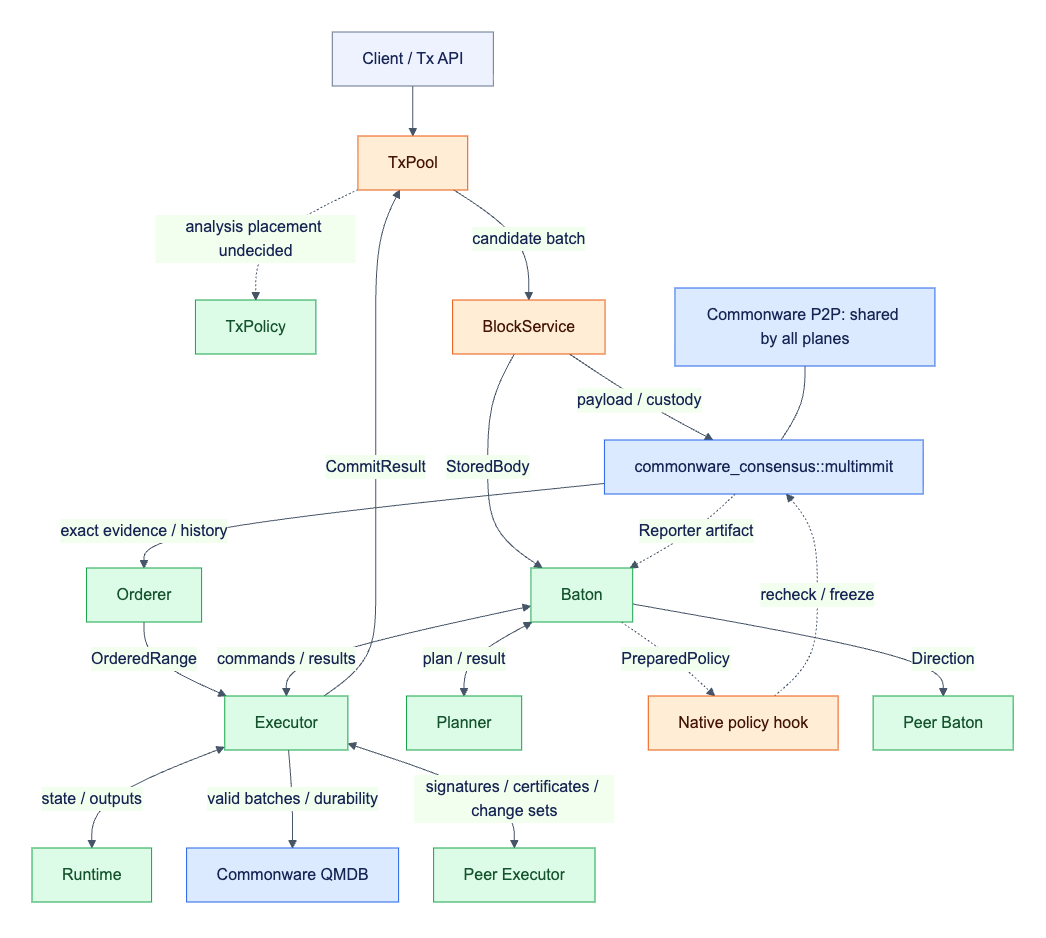
Above: docs/assets/diagrams/diagram-01.png in djm07073/baton-research (Mermaid), before the change. Its source is kept beside it as docs/assets/diagrams/diagram-01.mmd. Its diagram source:
```mermaid
flowchart TB
    C[Client / Tx API] --> T[TxPool]
    T -. analysis placement undecided .-> X[TxPolicy]
    T -->|candidate batch| B[BlockService]
    B -->|payload / custody| N[commonware_consensus::multimmit]
    N -->|exact evidence / history| M[Orderer]
    B -->|StoredBody| O[Baton]
    N -. Reporter artifact .-> O
    M -->|OrderedRange| E
    O <-->|plan / result| P[Planner]
    O -. PreparedPolicy .-> H[Native policy hook]
    H -. recheck / freeze .-> N
    O -->|Direction| PE[Peer Baton]
    O <-->|commands / results| E[Executor]
    E <-->|state / outputs| R[Runtime]
    E -->|valid batches / durability| S[Commonware QMDB]
    E <-->|signatures / certificates / change sets| V[Peer Executor]
    E -->|CommitResult| T
    NET[Commonware P2P: shared by all planes] --- N
    classDef reuse fill:#dbeafe,stroke:#2563eb,color:#172554;
    classDef adapt fill:#ffedd5,stroke:#ea580c,color:#431407;
    classDef new fill:#dcfce7,stroke:#16a34a,color:#14532d;
    class N,NET,S reuse;
    class T,B,H adapt;
    class X,M,O,P,PE,E,R,V new;
```
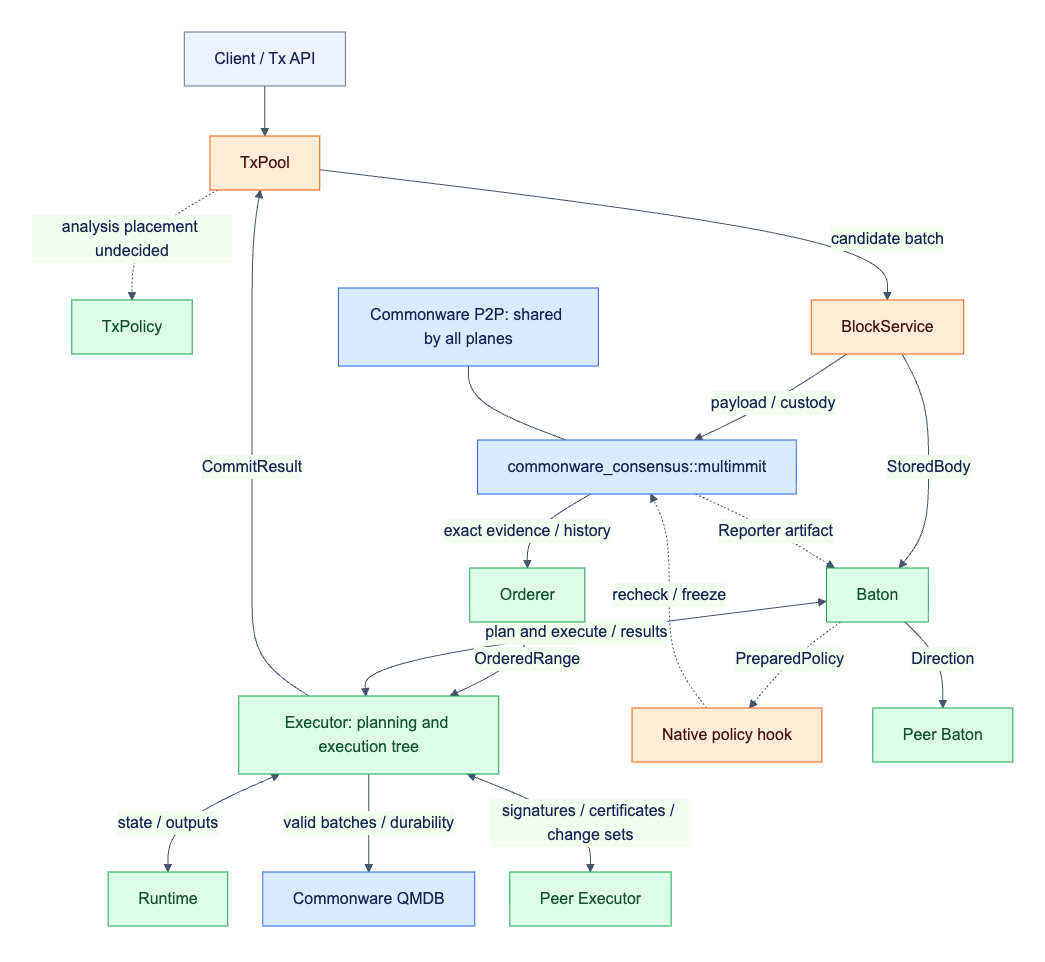
Above is the later version.

The edit, as a diff of the source:
```diff
@@ -7,11 +7,10 @@
     B -->|StoredBody| O[Baton]
     N -. Reporter artifact .-> O
     M -->|OrderedRange| E
-    O <-->|plan / result| P[Planner]
     O -. PreparedPolicy .-> H[Native policy hook]
     H -. recheck / freeze .-> N
     O -->|Direction| PE[Peer Baton]
-    O <-->|commands / results| E[Executor]
+    O <-->|plan and execute / results| E[Executor: planning and execution tree]
     E <-->|state / outputs| R[Runtime]
     E -->|valid batches / durability| S[Commonware QMDB]
     E <-->|signatures / certificates / change sets| V[Peer Executor]
@@ -22,4 +21,4 @@
     classDef new fill:#dcfce7,stroke:#16a34a,color:#14532d;
     class N,NET,S reuse;
     class T,B,H adapt;
-    class X,M,O,P,PE,E,R,V new;
+    class X,M,O,PE,E,R,V new;
```
